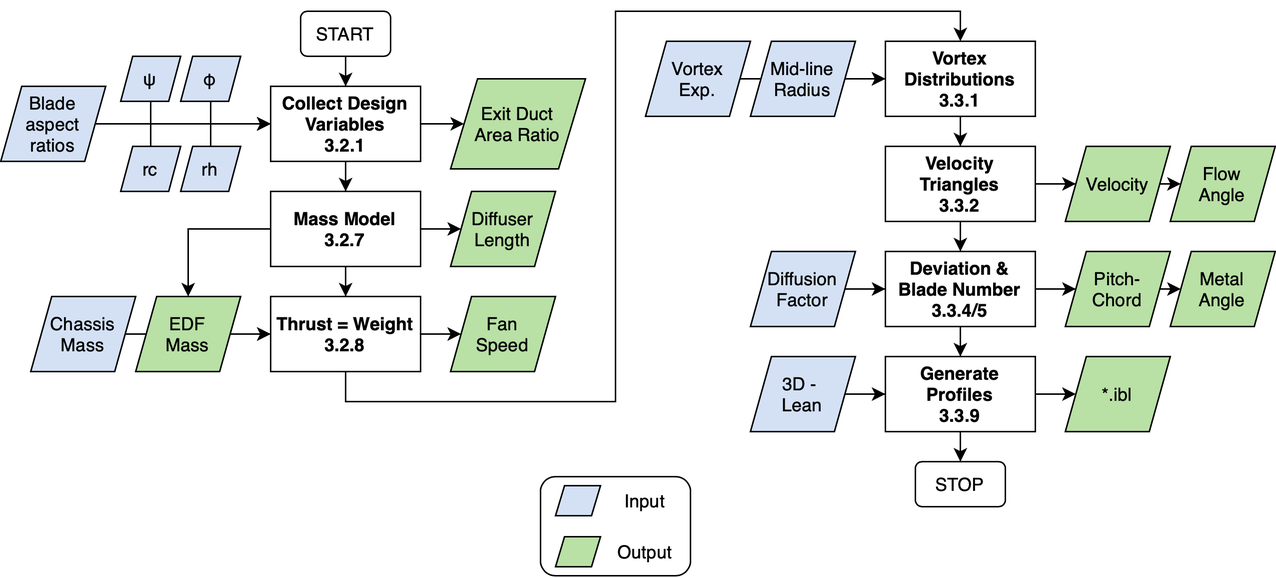
This is Report/Images/aero_design_flow.png from je379/4thYrProject, a draw.io export, as it was before one commit. Source tidied: cells renumbered, new cells last; positions are measured from the earlier drawing's top-left corner, leaving out a move shared by most shapes. Source of this version:
```xml
<mxGraphModel>
  <root>
    <mxCell id="0" />
    <mxCell id="1" parent="0" />
    <mxCell id="2" style="edgeStyle=orthogonalEdgeStyle;rounded=0;jettySize=auto;html=1;entryX=0.5;entryY=0;entryDx=0;entryDy=0;" parent="1" edge="1" source="3" target="6">
      <mxGeometry relative="1" as="geometry" />
    </mxCell>
    <mxCell id="3" value="START" style="rounded=1;whiteSpace=wrap;html=1;fontSize=12;glass=0;strokeWidth=1;shadow=0;" parent="1" vertex="1">
      <mxGeometry x="200" width="60" height="30" as="geometry" />
    </mxCell>
    <mxCell id="4" style="edgeStyle=orthogonalEdgeStyle;rounded=0;jettySize=auto;html=1;entryX=0.5;entryY=0;entryDx=0;entryDy=0;" parent="1" edge="1" source="6" target="18">
      <mxGeometry relative="1" as="geometry" />
    </mxCell>
    <mxCell id="5" style="edgeStyle=orthogonalEdgeStyle;rounded=0;jettySize=auto;html=1;entryX=0;entryY=0.5;entryDx=0;entryDy=0;" parent="1" edge="1" source="6" target="33">
      <mxGeometry relative="1" as="geometry" />
    </mxCell>
    <mxCell id="6" value="&lt;b&gt;Collect Design Variables&lt;br&gt;3.2.1&lt;br&gt;&lt;/b&gt;" style="rounded=0;whiteSpace=wrap;html=1;fillColor=#FFFFFF;" parent="1" vertex="1">
      <mxGeometry x="180" y="50" width="100" height="50" as="geometry" />
    </mxCell>
    <mxCell id="7" style="edgeStyle=orthogonalEdgeStyle;rounded=0;jettySize=auto;html=1;" parent="1" edge="1" source="8" target="6">
      <mxGeometry relative="1" as="geometry">
        <Array as="points">
          <mxPoint x="140" y="75" />
        </Array>
      </mxGeometry>
    </mxCell>
    <mxCell id="8" value="rh" style="shape=parallelogram;perimeter=parallelogramPerimeter;whiteSpace=wrap;html=1;fillColor=#D4E1F5;" parent="1" vertex="1">
      <mxGeometry x="120" y="90" width="40" height="30" as="geometry" />
    </mxCell>
    <mxCell id="9" style="edgeStyle=orthogonalEdgeStyle;rounded=0;jettySize=auto;html=1;" parent="1" edge="1" source="10" target="6">
      <mxGeometry relative="1" as="geometry">
        <Array as="points">
          <mxPoint x="100" y="75" />
        </Array>
      </mxGeometry>
    </mxCell>
    <mxCell id="10" value="&lt;span style=&quot;font-family: sans-serif ; font-size: 12.09194278717041px&quot;&gt;ψ&lt;/span&gt;" style="shape=parallelogram;perimeter=parallelogramPerimeter;whiteSpace=wrap;html=1;fillColor=#D4E1F5;" parent="1" vertex="1">
      <mxGeometry x="80" y="30" width="40" height="30" as="geometry" />
    </mxCell>
    <mxCell id="11" style="edgeStyle=orthogonalEdgeStyle;rounded=0;jettySize=auto;html=1;entryX=0;entryY=0.5;entryDx=0;entryDy=0;" parent="1" edge="1" source="12" target="6">
      <mxGeometry relative="1" as="geometry">
        <Array as="points">
          <mxPoint x="140" y="75" />
        </Array>
      </mxGeometry>
    </mxCell>
    <mxCell id="12" value="&lt;span style=&quot;font-family: sans-serif ; font-size: 12.09194278717041px&quot;&gt;φ&lt;/span&gt;" style="shape=parallelogram;perimeter=parallelogramPerimeter;whiteSpace=wrap;html=1;fillColor=#D4E1F5;" parent="1" vertex="1">
      <mxGeometry x="120" y="30" width="40" height="30" as="geometry" />
    </mxCell>
    <mxCell id="13" style="edgeStyle=orthogonalEdgeStyle;rounded=0;jettySize=auto;html=1;" parent="1" edge="1" source="14" target="6">
      <mxGeometry relative="1" as="geometry" />
    </mxCell>
    <mxCell id="14" value="Blade aspect ratios&lt;br&gt;" style="shape=parallelogram;perimeter=parallelogramPerimeter;whiteSpace=wrap;html=1;fillColor=#D4E1F5;" parent="1" vertex="1">
      <mxGeometry y="50" width="70" height="50" as="geometry" />
    </mxCell>
    <mxCell id="15" style="edgeStyle=orthogonalEdgeStyle;rounded=0;jettySize=auto;html=1;entryX=0.5;entryY=0;entryDx=0;entryDy=0;" parent="1" edge="1" source="18" target="22">
      <mxGeometry relative="1" as="geometry" />
    </mxCell>
    <mxCell id="16" style="edgeStyle=orthogonalEdgeStyle;rounded=0;jettySize=auto;html=1;" parent="1" edge="1" source="18" target="30">
      <mxGeometry relative="1" as="geometry" />
    </mxCell>
    <mxCell id="17" style="edgeStyle=orthogonalEdgeStyle;rounded=0;jettySize=auto;html=1;entryX=0.5;entryY=0;entryDx=0;entryDy=0;" parent="1" edge="1" source="18" target="38">
      <mxGeometry relative="1" as="geometry" />
    </mxCell>
    <mxCell id="18" value="&lt;b&gt;Mass Model&lt;br&gt;3.2.7&lt;br&gt;&lt;/b&gt;" style="rounded=0;whiteSpace=wrap;html=1;" parent="1" vertex="1">
      <mxGeometry x="180" y="120" width="100" height="50" as="geometry" />
    </mxCell>
    <mxCell id="19" style="edgeStyle=orthogonalEdgeStyle;rounded=0;jettySize=auto;html=1;" parent="1" edge="1" source="38" target="22">
      <mxGeometry relative="1" as="geometry" />
    </mxCell>
    <mxCell id="20" style="edgeStyle=orthogonalEdgeStyle;rounded=0;jettySize=auto;html=1;entryX=0;entryY=0.5;entryDx=0;entryDy=0;" parent="1" edge="1" source="22" target="23">
      <mxGeometry relative="1" as="geometry" />
    </mxCell>
    <mxCell id="21" style="edgeStyle=orthogonalEdgeStyle;rounded=0;jettySize=auto;html=1;" parent="1" edge="1" source="22" target="25">
      <mxGeometry relative="1" as="geometry">
        <Array as="points">
          <mxPoint x="230" y="260" />
          <mxPoint x="410" y="260" />
          <mxPoint x="410" />
          <mxPoint x="640" />
        </Array>
      </mxGeometry>
    </mxCell>
    <mxCell id="22" value="&lt;b&gt;Thrust = Weight&lt;br&gt;3.2.8&lt;br&gt;&lt;/b&gt;" style="rounded=0;whiteSpace=wrap;html=1;" parent="1" vertex="1">
      <mxGeometry x="180" y="190" width="100" height="50" as="geometry" />
    </mxCell>
    <mxCell id="23" value="Fan&lt;br&gt;Speed" style="shape=parallelogram;perimeter=parallelogramPerimeter;whiteSpace=wrap;html=1;fillColor=#B9E0A5;" parent="1" vertex="1">
      <mxGeometry x="300" y="190" width="70" height="50" as="geometry" />
    </mxCell>
    <mxCell id="24" style="edgeStyle=orthogonalEdgeStyle;rounded=0;jettySize=auto;html=1;" parent="1" edge="1" source="25" target="37">
      <mxGeometry relative="1" as="geometry" />
    </mxCell>
    <mxCell id="25" value="&lt;b&gt;Vortex Distributions&lt;br&gt;3.3.1&lt;br&gt;&lt;/b&gt;" style="rounded=0;whiteSpace=wrap;html=1;" parent="1" vertex="1">
      <mxGeometry x="590" y="20" width="100" height="50" as="geometry" />
    </mxCell>
    <mxCell id="26" style="edgeStyle=orthogonalEdgeStyle;rounded=0;jettySize=auto;html=1;" parent="1" edge="1" source="27" target="25">
      <mxGeometry relative="1" as="geometry" />
    </mxCell>
    <mxCell id="27" value="Vortex&lt;br&gt;Exp." style="shape=parallelogram;perimeter=parallelogramPerimeter;whiteSpace=wrap;html=1;fillColor=#D4E1F5;" parent="1" vertex="1">
      <mxGeometry x="430" y="20" width="70" height="50" as="geometry" />
    </mxCell>
    <mxCell id="28" style="edgeStyle=orthogonalEdgeStyle;rounded=0;jettySize=auto;html=1;" parent="1" edge="1" source="29" target="25">
      <mxGeometry relative="1" as="geometry" />
    </mxCell>
    <mxCell id="29" value="Mid-line&lt;br&gt;Radius" style="shape=parallelogram;perimeter=parallelogramPerimeter;whiteSpace=wrap;html=1;fillColor=#D4E1F5;" parent="1" vertex="1">
      <mxGeometry x="500" y="20" width="70" height="50" as="geometry" />
    </mxCell>
    <mxCell id="30" value="Diffuser&lt;br&gt;Length" style="shape=parallelogram;perimeter=parallelogramPerimeter;whiteSpace=wrap;html=1;fillColor=#B9E0A5;" parent="1" vertex="1">
      <mxGeometry x="300" y="120" width="70" height="50" as="geometry" />
    </mxCell>
    <mxCell id="31" style="edgeStyle=orthogonalEdgeStyle;rounded=0;jettySize=auto;html=1;" parent="1" edge="1" source="32" target="22">
      <mxGeometry relative="1" as="geometry" />
    </mxCell>
    <mxCell id="32" value="Chassis&lt;br&gt;Mass" style="shape=parallelogram;perimeter=parallelogramPerimeter;whiteSpace=wrap;html=1;fillColor=#D4E1F5;" parent="1" vertex="1">
      <mxGeometry x="20" y="190" width="70" height="50" as="geometry" />
    </mxCell>
    <mxCell id="33" value="&lt;span style=&quot;font-size: 12.09194278717041px&quot;&gt;Exit Duct&lt;br&gt;Area Ratio&lt;br&gt;&lt;/span&gt;" style="shape=parallelogram;perimeter=parallelogramPerimeter;whiteSpace=wrap;html=1;fillColor=#B9E0A5;" parent="1" vertex="1">
      <mxGeometry x="300" y="45" width="90" height="60" as="geometry" />
    </mxCell>
    <mxCell id="34" style="edgeStyle=orthogonalEdgeStyle;rounded=0;jettySize=auto;html=1;" parent="1" edge="1" source="37" target="42">
      <mxGeometry relative="1" as="geometry" />
    </mxCell>
    <mxCell id="35" style="edgeStyle=orthogonalEdgeStyle;rounded=0;jettySize=auto;html=1;" parent="1" edge="1" source="37" target="45">
      <mxGeometry relative="1" as="geometry" />
    </mxCell>
    <mxCell id="36" style="edgeStyle=orthogonalEdgeStyle;rounded=0;jettySize=auto;html=1;" parent="1" edge="1" source="37" target="46">
      <mxGeometry relative="1" as="geometry" />
    </mxCell>
    <mxCell id="37" value="&lt;b&gt;Velocity&lt;br&gt;Triangles&lt;br&gt;3.3.2&lt;br&gt;&lt;/b&gt;" style="rounded=0;whiteSpace=wrap;html=1;" parent="1" vertex="1">
      <mxGeometry x="590" y="90" width="100" height="50" as="geometry" />
    </mxCell>
    <mxCell id="38" value="EDF&lt;br&gt;Mass" style="shape=parallelogram;perimeter=parallelogramPerimeter;whiteSpace=wrap;html=1;fillColor=#B9E0A5;" parent="1" vertex="1">
      <mxGeometry x="90" y="190" width="70" height="50" as="geometry" />
    </mxCell>
    <mxCell id="39" style="edgeStyle=orthogonalEdgeStyle;rounded=0;jettySize=auto;html=1;" parent="1" edge="1" source="42" target="47">
      <mxGeometry relative="1" as="geometry" />
    </mxCell>
    <mxCell id="40" style="edgeStyle=orthogonalEdgeStyle;rounded=0;jettySize=auto;html=1;" parent="1" edge="1" source="42">
      <mxGeometry relative="1" as="geometry">
        <mxPoint x="640" y="230" as="targetPoint" />
      </mxGeometry>
    </mxCell>
    <mxCell id="41" style="edgeStyle=orthogonalEdgeStyle;rounded=0;jettySize=auto;html=1;" parent="1" edge="1" source="42" target="48">
      <mxGeometry relative="1" as="geometry" />
    </mxCell>
    <mxCell id="42" value="&lt;b&gt;Deviation &amp;amp;&lt;br&gt;Blade Number&lt;br&gt;3.3.4/5&lt;br&gt;&lt;/b&gt;" style="rounded=0;whiteSpace=wrap;html=1;" parent="1" vertex="1">
      <mxGeometry x="590" y="160" width="100" height="50" as="geometry" />
    </mxCell>
    <mxCell id="43" style="edgeStyle=orthogonalEdgeStyle;rounded=0;jettySize=auto;html=1;" parent="1" edge="1" source="44" target="42">
      <mxGeometry relative="1" as="geometry" />
    </mxCell>
    <mxCell id="44" value="Diffusion&lt;br&gt;Factor" style="shape=parallelogram;perimeter=parallelogramPerimeter;whiteSpace=wrap;html=1;fillColor=#D4E1F5;" parent="1" vertex="1">
      <mxGeometry x="500" y="160" width="70" height="50" as="geometry" />
    </mxCell>
    <mxCell id="45" value="Velocity" style="shape=parallelogram;perimeter=parallelogramPerimeter;whiteSpace=wrap;html=1;fillColor=#B9E0A5;" parent="1" vertex="1">
      <mxGeometry x="710" y="90" width="70" height="50" as="geometry" />
    </mxCell>
    <mxCell id="46" value="Flow&lt;br&gt;Angle" style="shape=parallelogram;perimeter=parallelogramPerimeter;whiteSpace=wrap;html=1;fillColor=#B9E0A5;" parent="1" vertex="1">
      <mxGeometry x="780" y="90" width="70" height="50" as="geometry" />
    </mxCell>
    <mxCell id="47" value="Metal&lt;br&gt;Angle" style="shape=parallelogram;perimeter=parallelogramPerimeter;whiteSpace=wrap;html=1;fillColor=#B9E0A5;" parent="1" vertex="1">
      <mxGeometry x="780" y="160" width="70" height="50" as="geometry" />
    </mxCell>
    <mxCell id="48" value="Pitch-&lt;br&gt;Chord" style="shape=parallelogram;perimeter=parallelogramPerimeter;whiteSpace=wrap;html=1;fillColor=#B9E0A5;" parent="1" vertex="1">
      <mxGeometry x="710" y="160" width="70" height="50" as="geometry" />
    </mxCell>
    <mxCell id="49" style="edgeStyle=orthogonalEdgeStyle;rounded=0;jettySize=auto;html=1;entryX=0;entryY=0.5;entryDx=0;entryDy=0;" parent="1" edge="1" source="51" target="52">
      <mxGeometry relative="1" as="geometry" />
    </mxCell>
    <mxCell id="50" style="edgeStyle=orthogonalEdgeStyle;rounded=0;jettySize=auto;html=1;" parent="1" edge="1" source="51" target="55">
      <mxGeometry relative="1" as="geometry" />
    </mxCell>
    <mxCell id="51" value="&lt;b&gt;Generate&lt;br&gt;Profiles&lt;br&gt;3.3.9&lt;br&gt;&lt;/b&gt;" style="rounded=0;whiteSpace=wrap;html=1;" parent="1" vertex="1">
      <mxGeometry x="590" y="230" width="100" height="50" as="geometry" />
    </mxCell>
    <mxCell id="52" value="*.ibl" style="shape=parallelogram;perimeter=parallelogramPerimeter;whiteSpace=wrap;html=1;fillColor=#B9E0A5;" parent="1" vertex="1">
      <mxGeometry x="710" y="230" width="70" height="50" as="geometry" />
    </mxCell>
    <mxCell id="53" style="edgeStyle=orthogonalEdgeStyle;rounded=0;jettySize=auto;html=1;" parent="1" edge="1" source="54" target="51">
      <mxGeometry relative="1" as="geometry" />
    </mxCell>
    <mxCell id="54" value="3D -&amp;nbsp;&lt;br&gt;Lean" style="shape=parallelogram;perimeter=parallelogramPerimeter;whiteSpace=wrap;html=1;fillColor=#D4E1F5;" parent="1" vertex="1">
      <mxGeometry x="500" y="230" width="70" height="50" as="geometry" />
    </mxCell>
    <mxCell id="55" value="STOP" style="rounded=1;whiteSpace=wrap;html=1;fontSize=12;glass=0;strokeWidth=1;shadow=0;" parent="1" vertex="1">
      <mxGeometry x="610" y="300" width="60" height="30" as="geometry" />
    </mxCell>
    <mxCell id="56" style="edgeStyle=orthogonalEdgeStyle;rounded=0;jettySize=auto;html=1;" parent="1" edge="1" source="57" target="6">
      <mxGeometry relative="1" as="geometry">
        <Array as="points">
          <mxPoint x="100" y="75" />
        </Array>
      </mxGeometry>
    </mxCell>
    <mxCell id="57" value="rc" style="shape=parallelogram;perimeter=parallelogramPerimeter;whiteSpace=wrap;html=1;fillColor=#D4E1F5;" parent="1" vertex="1">
      <mxGeometry x="80" y="90" width="40" height="30" as="geometry" />
    </mxCell>
    <mxCell id="58" style="shape=parallelogram;perimeter=parallelogramPerimeter;whiteSpace=wrap;html=1;fillColor=#D4E1F5;" parent="1" vertex="1">
      <mxGeometry x="370" y="316" width="30" height="20" as="geometry" />
    </mxCell>
    <mxCell id="59" style="shape=parallelogram;perimeter=parallelogramPerimeter;whiteSpace=wrap;html=1;fillColor=#B9E0A5;" parent="1" vertex="1">
      <mxGeometry x="370" y="350" width="30" height="20" as="geometry" />
    </mxCell>
    <mxCell id="60" value="Input" style="text;html=1;strokeColor=none;fillColor=none;align=center;verticalAlign=middle;whiteSpace=wrap;rounded=0;" parent="1" vertex="1">
      <mxGeometry x="410" y="316" width="40" height="20" as="geometry" />
    </mxCell>
    <mxCell id="61" value="Output" style="text;html=1;strokeColor=none;fillColor=none;align=center;verticalAlign=middle;whiteSpace=wrap;rounded=0;" parent="1" vertex="1">
      <mxGeometry x="410" y="350" width="40" height="20" as="geometry" />
    </mxCell>
    <mxCell id="62" style="rounded=1;whiteSpace=wrap;html=1;fillColor=none;" parent="1" vertex="1">
      <mxGeometry x="360" y="310" width="100" height="66" as="geometry" />
    </mxCell>
  </root>
</mxGraphModel>
```
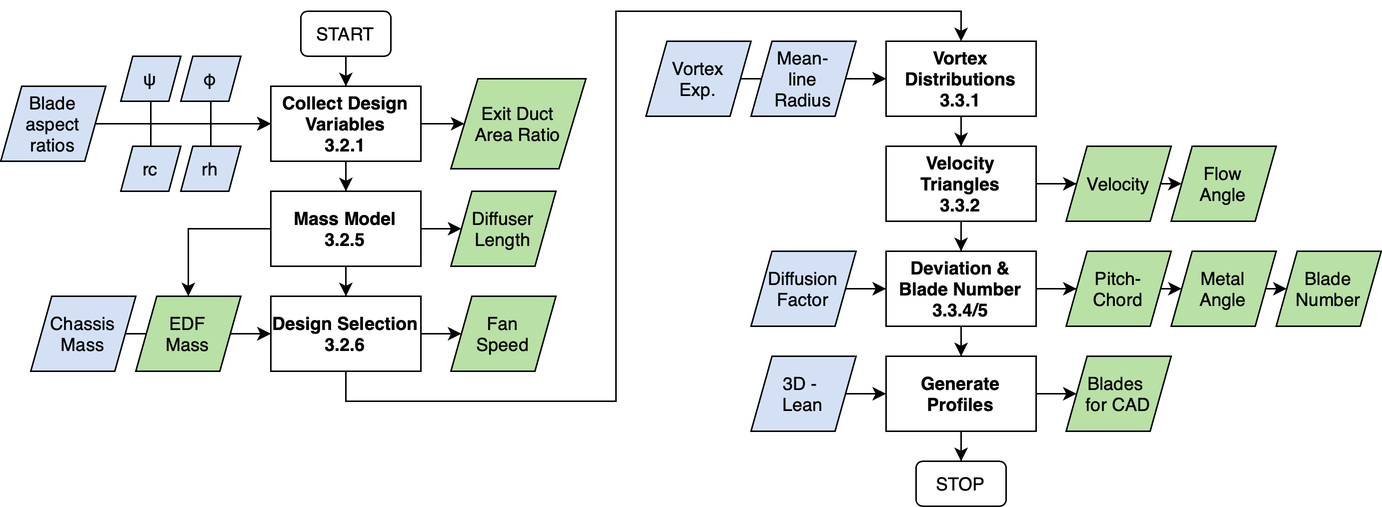
The same diagram one commit later.

What changed in the source:
```diff
@@ -62,7 +62,7 @@
     <mxCell id="17" style="edgeStyle=orthogonalEdgeStyle;rounded=0;jettySize=auto;html=1;entryX=0.5;entryY=0;entryDx=0;entryDy=0;" parent="1" edge="1" source="18" target="38">
       <mxGeometry relative="1" as="geometry" />
     </mxCell>
-    <mxCell id="18" value="&lt;b&gt;Mass Model&lt;br&gt;3.2.7&lt;br&gt;&lt;/b&gt;" style="rounded=0;whiteSpace=wrap;html=1;" parent="1" vertex="1">
+    <mxCell id="18" value="&lt;b&gt;Mass Model&lt;br&gt;3.2.5&lt;br&gt;&lt;/b&gt;" style="rounded=0;whiteSpace=wrap;html=1;" parent="1" vertex="1">
       <mxGeometry x="180" y="120" width="100" height="50" as="geometry" />
     </mxCell>
     <mxCell id="19" style="edgeStyle=orthogonalEdgeStyle;rounded=0;jettySize=auto;html=1;" parent="1" edge="1" source="38" target="22">
@@ -81,7 +81,7 @@
         </Array>
       </mxGeometry>
     </mxCell>
-    <mxCell id="22" value="&lt;b&gt;Thrust = Weight&lt;br&gt;3.2.8&lt;br&gt;&lt;/b&gt;" style="rounded=0;whiteSpace=wrap;html=1;" parent="1" vertex="1">
+    <mxCell id="22" value="&lt;b&gt;Design Selection&lt;br&gt;3.2.6&lt;br&gt;&lt;/b&gt;" style="rounded=0;whiteSpace=wrap;html=1;" parent="1" vertex="1">
       <mxGeometry x="180" y="190" width="100" height="50" as="geometry" />
     </mxCell>
     <mxCell id="23" value="Fan&lt;br&gt;Speed" style="shape=parallelogram;perimeter=parallelogramPerimeter;whiteSpace=wrap;html=1;fillColor=#B9E0A5;" parent="1" vertex="1">
@@ -102,7 +102,7 @@
     <mxCell id="28" style="edgeStyle=orthogonalEdgeStyle;rounded=0;jettySize=auto;html=1;" parent="1" edge="1" source="29" target="25">
       <mxGeometry relative="1" as="geometry" />
     </mxCell>
-    <mxCell id="29" value="Mid-line&lt;br&gt;Radius" style="shape=parallelogram;perimeter=parallelogramPerimeter;whiteSpace=wrap;html=1;fillColor=#D4E1F5;" parent="1" vertex="1">
+    <mxCell id="29" value="Mean-&lt;br&gt;line&lt;br&gt;Radius" style="shape=parallelogram;perimeter=parallelogramPerimeter;whiteSpace=wrap;html=1;fillColor=#D4E1F5;" parent="1" vertex="1">
       <mxGeometry x="500" y="20" width="70" height="50" as="geometry" />
     </mxCell>
     <mxCell id="30" value="Diffuser&lt;br&gt;Length" style="shape=parallelogram;perimeter=parallelogramPerimeter;whiteSpace=wrap;html=1;fillColor=#B9E0A5;" parent="1" vertex="1">
@@ -158,6 +158,14 @@
     <mxCell id="46" value="Flow&lt;br&gt;Angle" style="shape=parallelogram;perimeter=parallelogramPerimeter;whiteSpace=wrap;html=1;fillColor=#B9E0A5;" parent="1" vertex="1">
       <mxGeometry x="780" y="90" width="70" height="50" as="geometry" />
     </mxCell>
+    <mxCell id="63" style="edgeStyle=orthogonalEdgeStyle;rounded=0;jettySize=auto;html=1;" parent="1" edge="1" source="47" target="64">
+      <mxGeometry relative="1" as="geometry">
+        <Array as="points">
+          <mxPoint x="820" y="200" />
+          <mxPoint x="820" y="200" />
+        </Array>
+      </mxGeometry>
+    </mxCell>
     <mxCell id="47" value="Metal&lt;br&gt;Angle" style="shape=parallelogram;perimeter=parallelogramPerimeter;whiteSpace=wrap;html=1;fillColor=#B9E0A5;" parent="1" vertex="1">
       <mxGeometry x="780" y="160" width="70" height="50" as="geometry" />
     </mxCell>
@@ -170,10 +178,10 @@
     <mxCell id="50" style="edgeStyle=orthogonalEdgeStyle;rounded=0;jettySize=auto;html=1;" parent="1" edge="1" source="51" target="55">
       <mxGeometry relative="1" as="geometry" />
     </mxCell>
-    <mxCell id="51" value="&lt;b&gt;Generate&lt;br&gt;Profiles&lt;br&gt;3.3.9&lt;br&gt;&lt;/b&gt;" style="rounded=0;whiteSpace=wrap;html=1;" parent="1" vertex="1">
+    <mxCell id="51" value="&lt;b&gt;Generate&lt;br&gt;Profiles&lt;br&gt;&lt;/b&gt;" style="rounded=0;whiteSpace=wrap;html=1;" parent="1" vertex="1">
       <mxGeometry x="590" y="230" width="100" height="50" as="geometry" />
     </mxCell>
-    <mxCell id="52" value="*.ibl" style="shape=parallelogram;perimeter=parallelogramPerimeter;whiteSpace=wrap;html=1;fillColor=#B9E0A5;" parent="1" vertex="1">
+    <mxCell id="52" value="Blades&amp;nbsp;&lt;br&gt;for CAD" style="shape=parallelogram;perimeter=parallelogramPerimeter;whiteSpace=wrap;html=1;fillColor=#B9E0A5;" parent="1" vertex="1">
       <mxGeometry x="710" y="230" width="70" height="50" as="geometry" />
     </mxCell>
     <mxCell id="53" style="edgeStyle=orthogonalEdgeStyle;rounded=0;jettySize=auto;html=1;" parent="1" edge="1" source="54" target="51">
@@ -195,20 +203,8 @@
     <mxCell id="57" value="rc" style="shape=parallelogram;perimeter=parallelogramPerimeter;whiteSpace=wrap;html=1;fillColor=#D4E1F5;" parent="1" vertex="1">
       <mxGeometry x="80" y="90" width="40" height="30" as="geometry" />
     </mxCell>
-    <mxCell id="58" style="shape=parallelogram;perimeter=parallelogramPerimeter;whiteSpace=wrap;html=1;fillColor=#D4E1F5;" parent="1" vertex="1">
-      <mxGeometry x="370" y="316" width="30" height="20" as="geometry" />
-    </mxCell>
-    <mxCell id="59" style="shape=parallelogram;perimeter=parallelogramPerimeter;whiteSpace=wrap;html=1;fillColor=#B9E0A5;" parent="1" vertex="1">
-      <mxGeometry x="370" y="350" width="30" height="20" as="geometry" />
-    </mxCell>
-    <mxCell id="60" value="Input" style="text;html=1;strokeColor=none;fillColor=none;align=center;verticalAlign=middle;whiteSpace=wrap;rounded=0;" parent="1" vertex="1">
-      <mxGeometry x="410" y="316" width="40" height="20" as="geometry" />
-    </mxCell>
-    <mxCell id="61" value="Output" style="text;html=1;strokeColor=none;fillColor=none;align=center;verticalAlign=middle;whiteSpace=wrap;rounded=0;" parent="1" vertex="1">
-      <mxGeometry x="410" y="350" width="40" height="20" as="geometry" />
-    </mxCell>
-    <mxCell id="62" style="rounded=1;whiteSpace=wrap;html=1;fillColor=none;" parent="1" vertex="1">
-      <mxGeometry x="360" y="310" width="100" height="66" as="geometry" />
-    </mxCell>
+    <mxCell id="64" value="Blade Number" style="shape=parallelogram;perimeter=parallelogramPerimeter;whiteSpace=wrap;html=1;fillColor=#B9E0A5;" parent="1" vertex="1">
+      <mxGeometry x="850" y="160" width="70" height="50" as="geometry" />
+    </mxCell>
   </root>
 </mxGraphModel>
```
